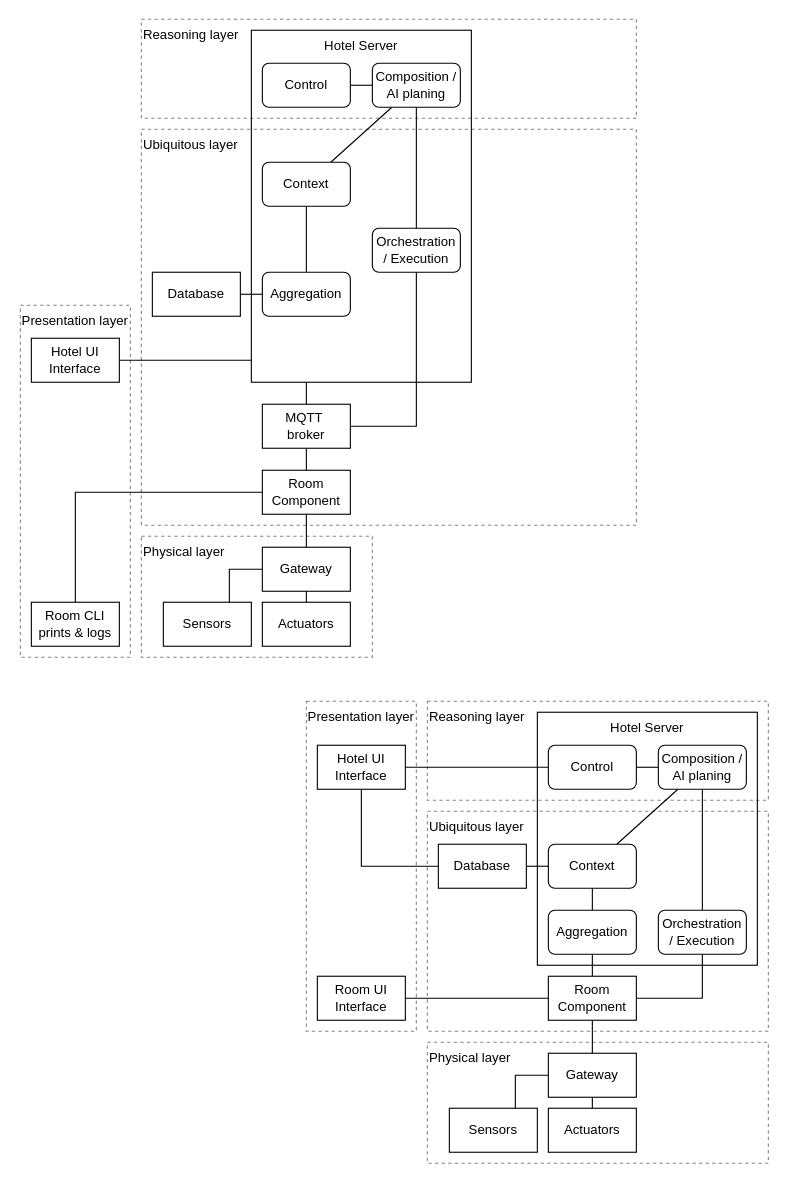
SimonNass/SCIoT_G02_2025 keeps this draw.io diagram as page "Report" (3 of 3) of ArchitectureIdears.drawio. Above is the earlier version. Source tidied: cells renumbered, new cells numbered last; positions are measured from the earlier drawing's top-left corner, leaving out a move shared by most shapes. Both pictures are drawn from the tidied source at 110%, with x=0, y=0 at pixel (20, 19).
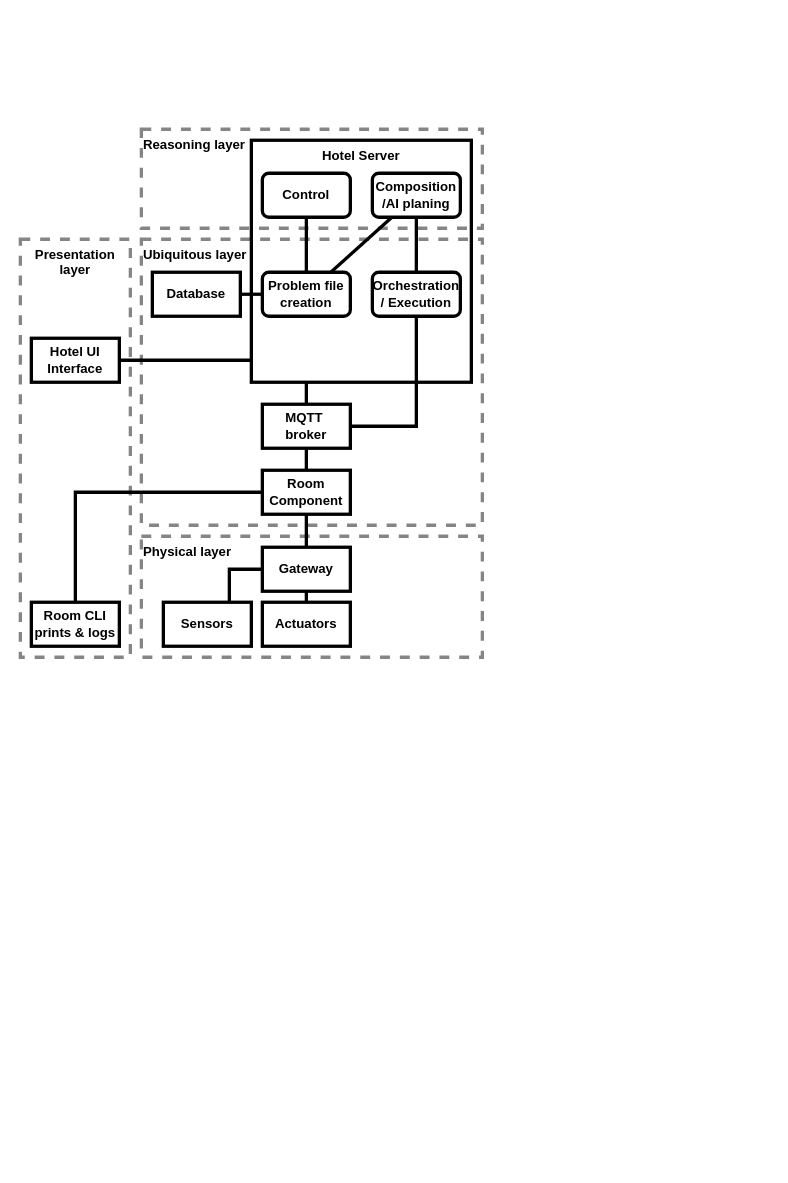
The same page after the edit.

What changed in the source:
```diff
@@
-    <mxCell id="2" value="&lt;span&gt;Ubiquitous layer&lt;/span&gt;" style="rounded=0;whiteSpace=wrap;html=1;dashed=1;fillColor=none;verticalAlign=top;align=left;strokeColor=#858585;" parent="1" vertex="1">
-      <mxGeometry x="110" y="100" width="450" height="360" as="geometry" />
+    <mxCell id="2" value="&lt;span style=&quot;font-size: 12px;&quot;&gt;Ubiquitous layer&lt;/span&gt;" style="rounded=0;whiteSpace=wrap;html=1;dashed=1;fillColor=none;verticalAlign=top;align=left;strokeColor=#858585;strokeWidth=3;fontStyle=1;fontSize=12;fontFamily=Helvetica;" parent="1" vertex="1">
+      <mxGeometry x="110" y="200" width="310" height="260" as="geometry" />
     </mxCell>
-    <mxCell id="3" value="&lt;span&gt;Physical layer&lt;/span&gt;" style="rounded=0;whiteSpace=wrap;html=1;dashed=1;fillColor=none;verticalAlign=top;align=left;strokeColor=#858585;" parent="1" vertex="1">
-      <mxGeometry x="110" y="470" width="210" height="110" as="geometry" />
+    <mxCell id="3" value="&lt;span style=&quot;font-size: 12px;&quot;&gt;Physical layer&lt;/span&gt;" style="rounded=0;whiteSpace=wrap;html=1;dashed=1;fillColor=none;verticalAlign=top;align=left;strokeColor=#858585;strokeWidth=3;fontStyle=1;fontSize=12;fontFamily=Helvetica;" parent="1" vertex="1">
+      <mxGeometry x="110" y="470" width="310" height="110" as="geometry" />
     </mxCell>
-    <mxCell id="4" value="&lt;span&gt;Reasoning layer&lt;/span&gt;" style="rounded=0;whiteSpace=wrap;html=1;dashed=1;fillColor=none;verticalAlign=top;align=left;strokeColor=#858585;" parent="1" vertex="1">
-      <mxGeometry x="110" width="450" height="90" as="geometry" />
+    <mxCell id="4" value="&lt;span style=&quot;font-size: 12px;&quot;&gt;Reasoning layer&lt;/span&gt;" style="rounded=0;whiteSpace=wrap;html=1;dashed=1;fillColor=none;verticalAlign=top;align=left;strokeColor=#858585;strokeWidth=3;fontStyle=1;fontSize=12;fontFamily=Helvetica;" parent="1" vertex="1">
+      <mxGeometry x="110" y="100" width="310" height="90" as="geometry" />
     </mxCell>
-    <mxCell id="5" value="Presentation layer" style="rounded=0;whiteSpace=wrap;html=1;dashed=1;fillColor=none;verticalAlign=top;strokeColor=#858585;" parent="1" vertex="1">
-      <mxGeometry y="260" width="100" height="320" as="geometry" />
+    <mxCell id="5" value="Presentation layer" style="rounded=0;whiteSpace=wrap;html=1;dashed=1;fillColor=none;verticalAlign=top;strokeColor=#858585;strokeWidth=3;fontStyle=1;fontSize=12;fontFamily=Helvetica;" parent="1" vertex="1">
+      <mxGeometry y="200" width="100" height="380" as="geometry" />
     </mxCell>
-    <mxCell id="6" style="rounded=0;jettySize=auto;html=1;endArrow=none;endFill=0;edgeStyle=orthogonalEdgeStyle;elbow=vertical;" parent="1" edge="1" source="7" target="8">
+    <mxCell id="6" style="rounded=0;jettySize=auto;html=1;endArrow=none;endFill=0;edgeStyle=orthogonalEdgeStyle;elbow=vertical;strokeWidth=3;fontStyle=1;fontSize=12;fontFamily=Helvetica;" parent="1" edge="1" source="7" target="8">
       <mxGeometry relative="1" as="geometry">
         <Array as="points">
           <mxPoint x="190" y="310" />
           <mxPoint x="190" y="310" />
         </Array>
       </mxGeometry>
     </mxCell>
-    <mxCell id="7" value="Hotel UI Interface" style="rounded=0;whiteSpace=wrap;html=1;" parent="1" vertex="1">
+    <mxCell id="7" value="Hotel UI Interface" style="rounded=0;whiteSpace=wrap;html=1;strokeWidth=3;fontStyle=1;fontSize=12;fontFamily=Helvetica;" parent="1" vertex="1">
       <mxGeometry x="10" y="290" width="80" height="40" as="geometry" />
     </mxCell>
-    <mxCell id="8" value="Hotel Server" style="rounded=0;whiteSpace=wrap;html=1;verticalAlign=top;fillColor=none;" parent="1" vertex="1">
-      <mxGeometry x="210" y="10" width="200" height="320" as="geometry" />
+    <mxCell id="8" value="Hotel Server" style="rounded=0;whiteSpace=wrap;html=1;verticalAlign=top;fillColor=none;strokeWidth=3;fontStyle=1;fontSize=12;fontFamily=Helvetica;" parent="1" vertex="1">
+      <mxGeometry x="210" y="110" width="200" height="220" as="geometry" />
     </mxCell>
-    <mxCell id="9" value="Gateway" style="rounded=0;whiteSpace=wrap;html=1;" parent="1" vertex="1">
+    <mxCell id="9" value="Gateway" style="rounded=0;whiteSpace=wrap;html=1;strokeWidth=3;fontStyle=1;fontSize=12;fontFamily=Helvetica;" parent="1" vertex="1">
       <mxGeometry x="220" y="480" width="80" height="40" as="geometry" />
     </mxCell>
-    <mxCell id="10" style="edgeStyle=none;rounded=0;jettySize=auto;html=1;endArrow=none;endFill=0;" parent="1" edge="1" source="26" target="19">
-      <mxGeometry relative="1" as="geometry" />
-    </mxCell>
-    <mxCell id="11" style="edgeStyle=none;rounded=0;jettySize=auto;html=1;endArrow=none;endFill=0;" parent="1" edge="1" source="12" target="9">
+    <mxCell id="11" style="edgeStyle=none;rounded=0;jettySize=auto;html=1;endArrow=none;endFill=0;strokeWidth=3;fontStyle=1;fontSize=12;fontFamily=Helvetica;" parent="1" edge="1" source="12" target="9">
       <mxGeometry relative="1" as="geometry" />
     </mxCell>
-    <mxCell id="12" value="Room Component" style="rounded=0;whiteSpace=wrap;html=1;" parent="1" vertex="1">
+    <mxCell id="12" value="Room Component" style="rounded=0;whiteSpace=wrap;html=1;strokeWidth=3;fontStyle=1;fontSize=12;fontFamily=Helvetica;" parent="1" vertex="1">
       <mxGeometry x="220" y="410" width="80" height="40" as="geometry" />
     </mxCell>
-    <mxCell id="13" style="rounded=0;jettySize=auto;html=1;endArrow=none;endFill=0;edgeStyle=elbowEdgeStyle;" parent="1" edge="1" source="14" target="9">
+    <mxCell id="13" style="rounded=0;jettySize=auto;html=1;endArrow=none;endFill=0;edgeStyle=elbowEdgeStyle;strokeWidth=3;fontStyle=1;fontSize=12;fontFamily=Helvetica;" parent="1" edge="1" source="14" target="9">
       <mxGeometry relative="1" as="geometry">
         <Array as="points">
           <mxPoint x="190" y="500" />
         </Array>
       </mxGeometry>
     </mxCell>
-    <mxCell id="14" value="Sensors" style="rounded=0;whiteSpace=wrap;html=1;" parent="1" vertex="1">
+    <mxCell id="14" value="Sensors" style="rounded=0;whiteSpace=wrap;html=1;strokeWidth=3;fontStyle=1;fontSize=12;fontFamily=Helvetica;" parent="1" vertex="1">
       <mxGeometry x="130" y="530" width="80" height="40" as="geometry" />
     </mxCell>
-    <mxCell id="15" style="rounded=0;jettySize=auto;html=1;endArrow=none;endFill=0;" parent="1" edge="1" source="16" target="9">
+    <mxCell id="15" style="rounded=0;jettySize=auto;html=1;endArrow=none;endFill=0;strokeWidth=3;fontStyle=1;fontSize=12;fontFamily=Helvetica;" parent="1" edge="1" source="16" target="9">
       <mxGeometry relative="1" as="geometry" />
     </mxCell>
-    <mxCell id="16" value="Actuators" style="rounded=0;whiteSpace=wrap;html=1;" parent="1" vertex="1">
+    <mxCell id="16" value="Actuators" style="rounded=0;whiteSpace=wrap;html=1;strokeWidth=3;fontStyle=1;fontSize=12;fontFamily=Helvetica;" parent="1" vertex="1">
       <mxGeometry x="220" y="530" width="80" height="40" as="geometry" />
     </mxCell>
-    <mxCell id="17" value="Database" style="rounded=0;whiteSpace=wrap;html=1;" parent="1" vertex="1">
+    <mxCell id="17" value="Database" style="rounded=0;whiteSpace=wrap;html=1;strokeWidth=3;fontStyle=1;fontSize=12;fontFamily=Helvetica;" parent="1" vertex="1">
       <mxGeometry x="120" y="230" width="80" height="40" as="geometry" />
     </mxCell>
-    <mxCell id="18" style="edgeStyle=none;rounded=0;jettySize=auto;html=1;endArrow=none;endFill=0;" parent="1" edge="1" source="19" target="23">
+    <mxCell id="18" style="edgeStyle=none;rounded=0;jettySize=auto;html=1;endArrow=none;endFill=0;strokeWidth=3;fontStyle=1;fontSize=12;fontFamily=Helvetica;" parent="1" edge="1" source="63" target="23">
       <mxGeometry relative="1" as="geometry" />
     </mxCell>
-    <mxCell id="19" value="Context" style="rounded=1;whiteSpace=wrap;html=1;fillColor=#ffffff;" parent="1" vertex="1">
-      <mxGeometry x="220" y="130" width="80" height="40" as="geometry" />
-    </mxCell>
-    <mxCell id="20" style="edgeStyle=none;rounded=0;jettySize=auto;html=1;endArrow=none;endFill=0;" parent="1" edge="1" source="21" target="23">
+    <mxCell id="20" style="edgeStyle=none;rounded=0;jettySize=auto;html=1;endArrow=none;endFill=0;strokeWidth=3;fontStyle=1;fontSize=12;fontFamily=Helvetica;" parent="1" edge="1" source="21" target="63">
       <mxGeometry relative="1" as="geometry" />
     </mxCell>
-    <mxCell id="21" value="Control" style="rounded=1;whiteSpace=wrap;html=1;fillColor=#ffffff;" parent="1" vertex="1">
-      <mxGeometry x="220" y="40" width="80" height="40" as="geometry" />
+    <mxCell id="21" value="Control" style="rounded=1;whiteSpace=wrap;html=1;fillColor=#ffffff;strokeWidth=3;fontStyle=1;fontSize=12;fontFamily=Helvetica;" parent="1" vertex="1">
+      <mxGeometry x="220" y="140" width="80" height="40" as="geometry" />
     </mxCell>
-    <mxCell id="22" style="edgeStyle=none;rounded=0;jettySize=auto;html=1;endArrow=none;endFill=0;" parent="1" edge="1" source="23" target="25">
+    <mxCell id="22" style="edgeStyle=none;rounded=0;jettySize=auto;html=1;endArrow=none;endFill=0;strokeWidth=3;fontStyle=1;fontSize=12;fontFamily=Helvetica;" parent="1" edge="1" source="23" target="25">
       <mxGeometry relative="1" as="geometry" />
     </mxCell>
-    <mxCell id="23" value="Composition /&lt;br&gt;AI planing" style="rounded=1;whiteSpace=wrap;html=1;fillColor=#ffffff;" parent="1" vertex="1">
-      <mxGeometry x="320" y="40" width="80" height="40" as="geometry" />
+    <mxCell id="23" value="Composition /AI planing" style="rounded=1;whiteSpace=wrap;html=1;fillColor=#ffffff;strokeWidth=3;fontStyle=1;fontSize=12;fontFamily=Helvetica;" parent="1" vertex="1">
+      <mxGeometry x="320" y="140" width="80" height="40" as="geometry" />
     </mxCell>
-    <mxCell id="24" style="edgeStyle=elbowEdgeStyle;html=1;endArrow=none;endFill=0;rounded=0;" parent="1" edge="1" source="25" target="61">
+    <mxCell id="24" style="edgeStyle=elbowEdgeStyle;html=1;endArrow=none;endFill=0;rounded=0;strokeWidth=3;fontStyle=1;fontSize=12;fontFamily=Helvetica;" parent="1" edge="1" source="25" target="61">
       <mxGeometry relative="1" as="geometry">
         <Array as="points">
           <mxPoint x="360" y="300" />
         </Array>
       </mxGeometry>
     </mxCell>
-    <mxCell id="25" value="Orchestration / Execution" style="rounded=1;whiteSpace=wrap;html=1;fillColor=#ffffff;" parent="1" vertex="1">
-      <mxGeometry x="320" y="190" width="80" height="40" as="geometry" />
+    <mxCell id="25" value="Orchestration / Execution" style="rounded=1;whiteSpace=wrap;html=1;fillColor=#ffffff;strokeWidth=3;fontStyle=1;fontSize=12;fontFamily=Helvetica;" parent="1" vertex="1">
+      <mxGeometry x="320" y="230" width="80" height="40" as="geometry" />
     </mxCell>
-    <mxCell id="26" value="Aggregation" style="rounded=1;whiteSpace=wrap;html=1;fillColor=#ffffff;" parent="1" vertex="1">
-      <mxGeometry x="220" y="230" width="80" height="40" as="geometry" />
-    </mxCell>
-    <mxCell id="27" value="&lt;span&gt;Ubiquitous layer&lt;/span&gt;" style="rounded=0;whiteSpace=wrap;html=1;dashed=1;fillColor=none;verticalAlign=top;align=left;strokeColor=#858585;" parent="1" vertex="1">
-      <mxGeometry x="370" y="720" width="310" height="200" as="geometry" />
-    </mxCell>
-    <mxCell id="28" value="&lt;span&gt;Physical layer&lt;/span&gt;" style="rounded=0;whiteSpace=wrap;html=1;dashed=1;fillColor=none;verticalAlign=top;align=left;strokeColor=#858585;" parent="1" vertex="1">
-      <mxGeometry x="370" y="930" width="310" height="110" as="geometry" />
-    </mxCell>
-    <mxCell id="29" value="&lt;span&gt;Reasoning layer&lt;/span&gt;" style="rounded=0;whiteSpace=wrap;html=1;dashed=1;fillColor=none;verticalAlign=top;align=left;strokeColor=#858585;" parent="1" vertex="1">
-      <mxGeometry x="370" y="620" width="310" height="90" as="geometry" />
-    </mxCell>
-    <mxCell id="30" value="Presentation layer" style="rounded=0;whiteSpace=wrap;html=1;dashed=1;fillColor=none;verticalAlign=top;strokeColor=#858585;" parent="1" vertex="1">
-      <mxGeometry x="260" y="620" width="100" height="300" as="geometry" />
-    </mxCell>
-    <mxCell id="31" style="rounded=0;jettySize=auto;html=1;endArrow=none;endFill=0;edgeStyle=elbowEdgeStyle;" parent="1" edge="1" source="32" target="47">
-      <mxGeometry relative="1" as="geometry">
-        <Array as="points">
-          <mxPoint x="310" y="730" />
-        </Array>
-      </mxGeometry>
-    </mxCell>
-    <mxCell id="32" value="Hotel UI Interface" style="rounded=0;whiteSpace=wrap;html=1;" parent="1" vertex="1">
-      <mxGeometry x="270" y="660" width="80" height="40" as="geometry" />
-    </mxCell>
-    <mxCell id="33" style="edgeStyle=none;rounded=0;jettySize=auto;html=1;endArrow=none;endFill=0;" parent="1" edge="1" source="51" target="32">
-      <mxGeometry relative="1" as="geometry" />
-    </mxCell>
-    <mxCell id="34" value="Hotel Server" style="rounded=0;whiteSpace=wrap;html=1;verticalAlign=top;fillColor=none;" parent="1" vertex="1">
-      <mxGeometry x="470" y="630" width="200" height="230" as="geometry" />
-    </mxCell>
-    <mxCell id="35" value="Gateway" style="rounded=0;whiteSpace=wrap;html=1;" parent="1" vertex="1">
-      <mxGeometry x="480" y="940" width="80" height="40" as="geometry" />
-    </mxCell>
-    <mxCell id="36" style="edgeStyle=none;rounded=0;jettySize=auto;html=1;endArrow=none;endFill=0;" parent="1" edge="1" source="56" target="49">
-      <mxGeometry relative="1" as="geometry" />
-    </mxCell>
-    <mxCell id="37" style="edgeStyle=none;rounded=0;jettySize=auto;html=1;endArrow=none;endFill=0;" parent="1" edge="1" source="39" target="56">
-      <mxGeometry relative="1" as="geometry" />
-    </mxCell>
-    <mxCell id="38" style="edgeStyle=none;rounded=0;jettySize=auto;html=1;endArrow=none;endFill=0;" parent="1" edge="1" source="39" target="35">
-      <mxGeometry relative="1" as="geometry" />
-    </mxCell>
-    <mxCell id="39" value="Room Component" style="rounded=0;whiteSpace=wrap;html=1;" parent="1" vertex="1">
-      <mxGeometry x="480" y="870" width="80" height="40" as="geometry" />
-    </mxCell>
-    <mxCell id="40" style="rounded=0;jettySize=auto;html=1;endArrow=none;endFill=0;edgeStyle=elbowEdgeStyle;" parent="1" edge="1" source="41" target="39">
-      <mxGeometry relative="1" as="geometry">
-        <Array as="points">
-          <mxPoint x="410" y="890" />
-        </Array>
-      </mxGeometry>
-    </mxCell>
-    <mxCell id="41" value="Room UI Interface" style="rounded=0;whiteSpace=wrap;html=1;" parent="1" vertex="1">
-      <mxGeometry x="270" y="870" width="80" height="40" as="geometry" />
-    </mxCell>
-    <mxCell id="42" style="rounded=0;jettySize=auto;html=1;endArrow=none;endFill=0;edgeStyle=elbowEdgeStyle;" parent="1" edge="1" source="43" target="35">
-      <mxGeometry relative="1" as="geometry">
-        <Array as="points">
-          <mxPoint x="450" y="960" />
-        </Array>
-      </mxGeometry>
-    </mxCell>
-    <mxCell id="43" value="Sensors" style="rounded=0;whiteSpace=wrap;html=1;" parent="1" vertex="1">
-      <mxGeometry x="390" y="990" width="80" height="40" as="geometry" />
-    </mxCell>
-    <mxCell id="44" style="rounded=0;jettySize=auto;html=1;endArrow=none;endFill=0;" parent="1" edge="1" source="45" target="35">
-      <mxGeometry relative="1" as="geometry" />
-    </mxCell>
-    <mxCell id="45" value="Actuators" style="rounded=0;whiteSpace=wrap;html=1;" parent="1" vertex="1">
-      <mxGeometry x="480" y="990" width="80" height="40" as="geometry" />
-    </mxCell>
-    <mxCell id="46" style="edgeStyle=none;rounded=0;jettySize=auto;html=1;endArrow=none;endFill=0;" parent="1" edge="1" source="47" target="49">
-      <mxGeometry relative="1" as="geometry" />
-    </mxCell>
-    <mxCell id="47" value="Database" style="rounded=0;whiteSpace=wrap;html=1;" parent="1" vertex="1">
-      <mxGeometry x="380" y="750" width="80" height="40" as="geometry" />
-    </mxCell>
-    <mxCell id="48" style="edgeStyle=none;rounded=0;jettySize=auto;html=1;endArrow=none;endFill=0;" parent="1" edge="1" source="49" target="53">
-      <mxGeometry relative="1" as="geometry" />
-    </mxCell>
-    <mxCell id="49" value="Context" style="rounded=1;whiteSpace=wrap;html=1;fillColor=#ffffff;" parent="1" vertex="1">
-      <mxGeometry x="480" y="750" width="80" height="40" as="geometry" />
-    </mxCell>
-    <mxCell id="50" style="edgeStyle=none;rounded=0;jettySize=auto;html=1;endArrow=none;endFill=0;" parent="1" edge="1" source="51" target="53">
-      <mxGeometry relative="1" as="geometry" />
-    </mxCell>
-    <mxCell id="51" value="Control" style="rounded=1;whiteSpace=wrap;html=1;fillColor=#ffffff;" parent="1" vertex="1">
-      <mxGeometry x="480" y="660" width="80" height="40" as="geometry" />
-    </mxCell>
-    <mxCell id="52" style="edgeStyle=none;rounded=0;jettySize=auto;html=1;endArrow=none;endFill=0;" parent="1" edge="1" source="53" target="55">
-      <mxGeometry relative="1" as="geometry" />
-    </mxCell>
-    <mxCell id="53" value="Composition /&lt;br&gt;AI planing" style="rounded=1;whiteSpace=wrap;html=1;fillColor=#ffffff;" parent="1" vertex="1">
-      <mxGeometry x="580" y="660" width="80" height="40" as="geometry" />
-    </mxCell>
-    <mxCell id="54" style="edgeStyle=elbowEdgeStyle;rounded=0;jettySize=auto;html=1;endArrow=none;endFill=0;" parent="1" edge="1" source="55" target="39">
-      <mxGeometry relative="1" as="geometry">
-        <Array as="points">
-          <mxPoint x="620" y="890" />
-        </Array>
-      </mxGeometry>
-    </mxCell>
-    <mxCell id="55" value="Orchestration / Execution" style="rounded=1;whiteSpace=wrap;html=1;fillColor=#ffffff;" parent="1" vertex="1">
-      <mxGeometry x="580" y="810" width="80" height="40" as="geometry" />
-    </mxCell>
-    <mxCell id="56" value="Aggregation" style="rounded=1;whiteSpace=wrap;html=1;fillColor=#ffffff;" parent="1" vertex="1">
-      <mxGeometry x="480" y="810" width="80" height="40" as="geometry" />
-    </mxCell>
-    <mxCell id="57" style="edgeStyle=elbowEdgeStyle;html=1;endArrow=none;endFill=0;rounded=0;curved=0;" parent="1" edge="1" source="58" target="12">
+    <mxCell id="57" style="edgeStyle=elbowEdgeStyle;html=1;endArrow=none;endFill=0;rounded=0;curved=0;strokeWidth=3;fontStyle=1;fontSize=12;fontFamily=Helvetica;" parent="1" edge="1" source="58" target="12">
       <mxGeometry relative="1" as="geometry">
         <Array as="points">
           <mxPoint x="50" y="480" />
         </Array>
       </mxGeometry>
     </mxCell>
-    <mxCell id="58" value="Room CLI prints &amp;amp; logs" style="rounded=0;whiteSpace=wrap;html=1;" parent="1" vertex="1">
+    <mxCell id="58" value="Room CLI prints &amp;amp; logs" style="rounded=0;whiteSpace=wrap;html=1;strokeWidth=3;fontStyle=1;fontSize=12;fontFamily=Helvetica;" parent="1" vertex="1">
       <mxGeometry x="10" y="530" width="80" height="40" as="geometry" />
     </mxCell>
-    <mxCell id="59" style="edgeStyle=elbowEdgeStyle;html=1;endArrow=none;endFill=0;rounded=0;curved=0;" parent="1" edge="1" source="61" target="12">
+    <mxCell id="59" style="edgeStyle=elbowEdgeStyle;html=1;endArrow=none;endFill=0;rounded=0;curved=0;strokeWidth=3;fontStyle=1;fontSize=12;fontFamily=Helvetica;" parent="1" edge="1" source="61" target="12">
       <mxGeometry relative="1" as="geometry">
         <Array as="points">
           <mxPoint x="260" y="400" />
         </Array>
       </mxGeometry>
     </mxCell>
-    <mxCell id="60" style="edgeStyle=elbowEdgeStyle;html=1;endArrow=none;endFill=0;" parent="1" edge="1" source="61" target="8">
+    <mxCell id="60" style="edgeStyle=elbowEdgeStyle;html=1;endArrow=none;endFill=0;strokeWidth=3;fontStyle=1;fontSize=12;fontFamily=Helvetica;" parent="1" edge="1" source="61" target="8">
       <mxGeometry relative="1" as="geometry" />
     </mxCell>
-    <mxCell id="61" value="MQTT&amp;nbsp;&lt;div&gt;broker&lt;/div&gt;" style="rounded=0;whiteSpace=wrap;html=1;" parent="1" vertex="1">
+    <mxCell id="61" value="MQTT&amp;nbsp;&lt;div style=&quot;font-size: 12px;&quot;&gt;broker&lt;/div&gt;" style="rounded=0;whiteSpace=wrap;html=1;strokeWidth=3;fontStyle=1;fontSize=12;fontFamily=Helvetica;" parent="1" vertex="1">
       <mxGeometry x="220" y="350" width="80" height="40" as="geometry" />
     </mxCell>
-    <mxCell id="62" style="edgeStyle=elbowEdgeStyle;html=1;endArrow=none;endFill=0;elbow=vertical;rounded=0;curved=0;" parent="1" edge="1" source="26" target="17">
+    <mxCell id="62" style="edgeStyle=elbowEdgeStyle;html=1;endArrow=none;endFill=0;elbow=vertical;rounded=0;curved=0;strokeWidth=3;fontStyle=1;fontSize=12;fontFamily=Helvetica;" parent="1" edge="1" source="63" target="17">
       <mxGeometry relative="1" as="geometry">
         <Array as="points">
           <mxPoint x="260" y="250" />
         </Array>
       </mxGeometry>
     </mxCell>
+    <mxCell id="63" value="Problem file creation" style="rounded=1;whiteSpace=wrap;html=1;fillColor=#ffffff;strokeWidth=3;fontStyle=1;fontSize=12;fontFamily=Helvetica;" parent="1" vertex="1">
+      <mxGeometry x="220" y="230" width="80" height="40" as="geometry" />
+    </mxCell>
```
